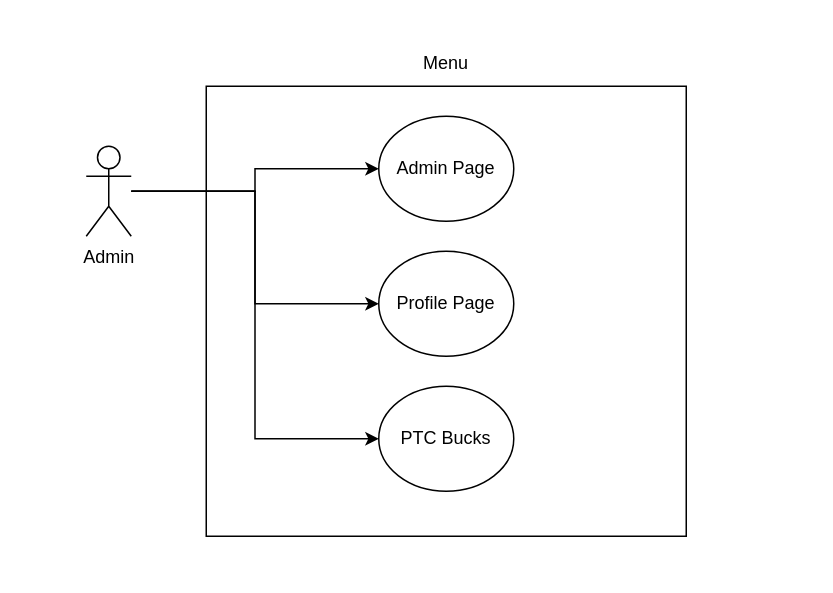
The draw.io diagram MenuUCD-Admin.drawio in AlexTheVeil/IntrotoSEProject, before the edit. Source tidied: cells renumbered, new cells numbered last; positions are measured from the earlier drawing's top-left corner, leaving out a move shared by most shapes. Both pictures are drawn from the tidied source at 150%, with x=0, y=0 at pixel (86, 40).
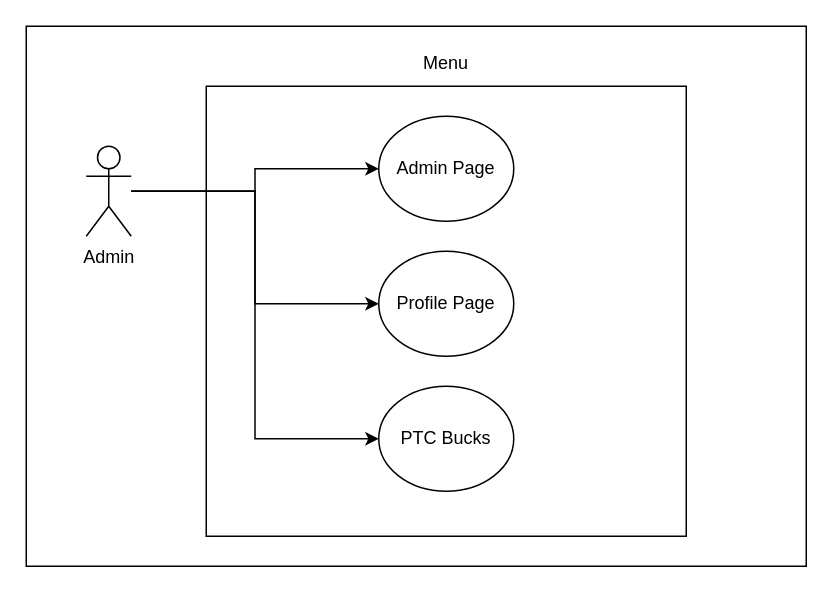
Above is the later version.

What changed in the source:
```diff
@@
 <mxGraphModel>
   <root>
     <mxCell id="0" />
     <mxCell id="1" parent="0" />
+    <mxCell id="11" style="rounded=0;whiteSpace=wrap;html=1;" parent="1" vertex="1">
+      <mxGeometry x="-40" y="-10" width="520" height="360" as="geometry" />
+    </mxCell>
     <mxCell id="2" style="rounded=0;whiteSpace=wrap;html=1;" parent="1" vertex="1">
       <mxGeometry x="80" y="30" width="320" height="300" as="geometry" />
     </mxCell>
     <mxCell id="3" style="edgeStyle=orthogonalEdgeStyle;rounded=0;jettySize=auto;html=1;entryX=0;entryY=0.5;entryDx=0;entryDy=0;" parent="1" edge="1" source="6" target="8">
       <mxGeometry relative="1" as="geometry" />
     </mxCell>
     <mxCell id="4" style="edgeStyle=orthogonalEdgeStyle;rounded=0;jettySize=auto;html=1;entryX=0;entryY=0.5;entryDx=0;entryDy=0;" parent="1" edge="1" source="6" target="9">
       <mxGeometry relative="1" as="geometry" />
     </mxCell>
     <mxCell id="5" style="edgeStyle=orthogonalEdgeStyle;rounded=0;jettySize=auto;html=1;entryX=0;entryY=0.5;entryDx=0;entryDy=0;" parent="1" edge="1" source="6" target="10">
       <mxGeometry relative="1" as="geometry" />
     </mxCell>
     <mxCell id="6" value="Admin" style="shape=umlActor;verticalLabelPosition=bottom;verticalAlign=top;html=1;outlineConnect=0;" parent="1" vertex="1">
       <mxGeometry y="70" width="30" height="60" as="geometry" />
     </mxCell>
     <mxCell id="7" value="Menu" style="text;html=1;align=center;verticalAlign=middle;whiteSpace=wrap;rounded=0;" parent="1" vertex="1">
       <mxGeometry x="210" width="60" height="30" as="geometry" />
     </mxCell>
     <mxCell id="8" value="Admin Page" style="ellipse;whiteSpace=wrap;html=1;" parent="1" vertex="1">
       <mxGeometry x="195" y="50" width="90" height="70" as="geometry" />
     </mxCell>
     <mxCell id="9" value="Profile Page" style="ellipse;whiteSpace=wrap;html=1;" parent="1" vertex="1">
       <mxGeometry x="195" y="140" width="90" height="70" as="geometry" />
     </mxCell>
     <mxCell id="10" value="PTC Bucks" style="ellipse;whiteSpace=wrap;html=1;" parent="1" vertex="1">
       <mxGeometry x="195" y="230" width="90" height="70" as="geometry" />
     </mxCell>
   </root>
 </mxGraphModel>
```
